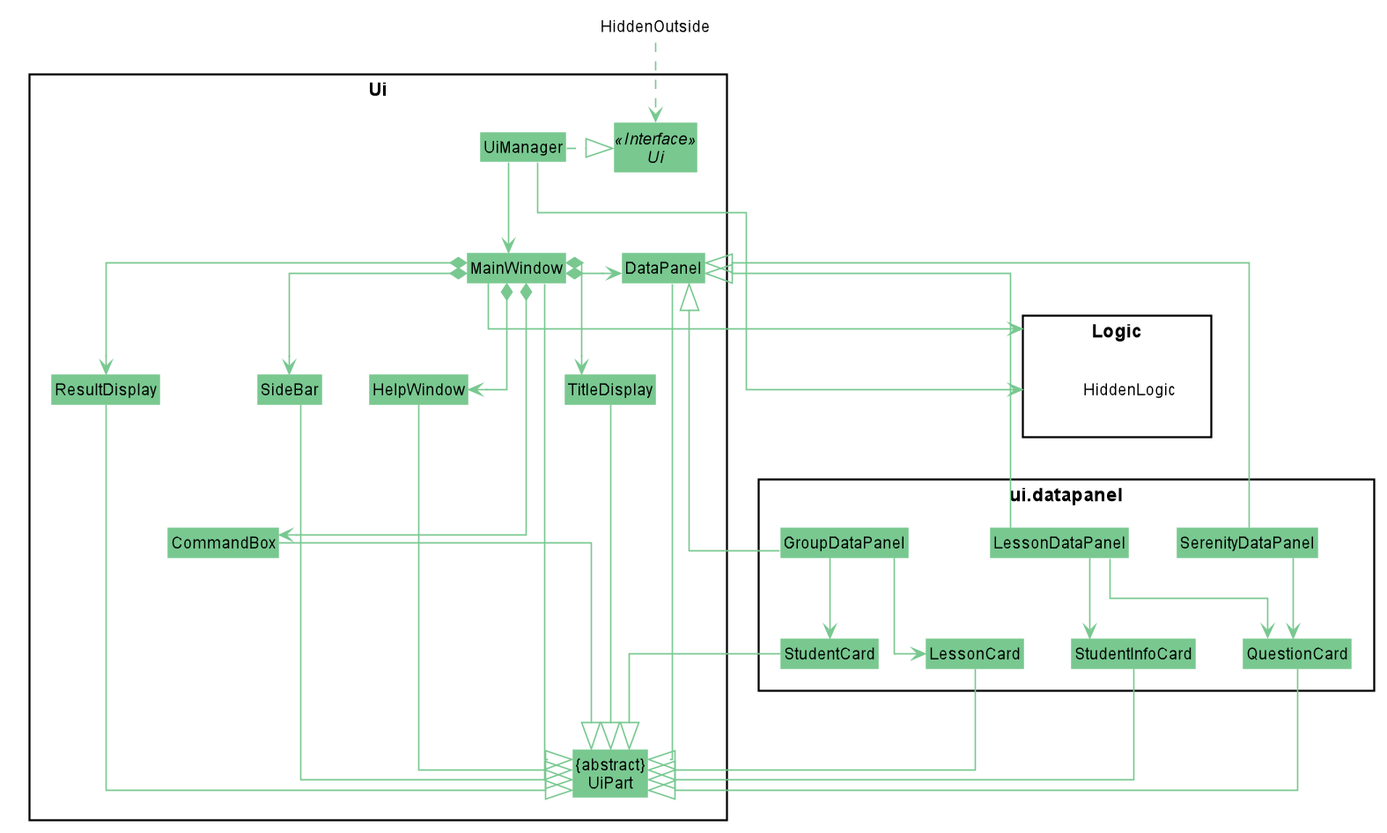
xinyee20/tp keeps this PlantUML diagram as docs/images/developerGuide/UiClassDiagram.png. Above is the earlier version.
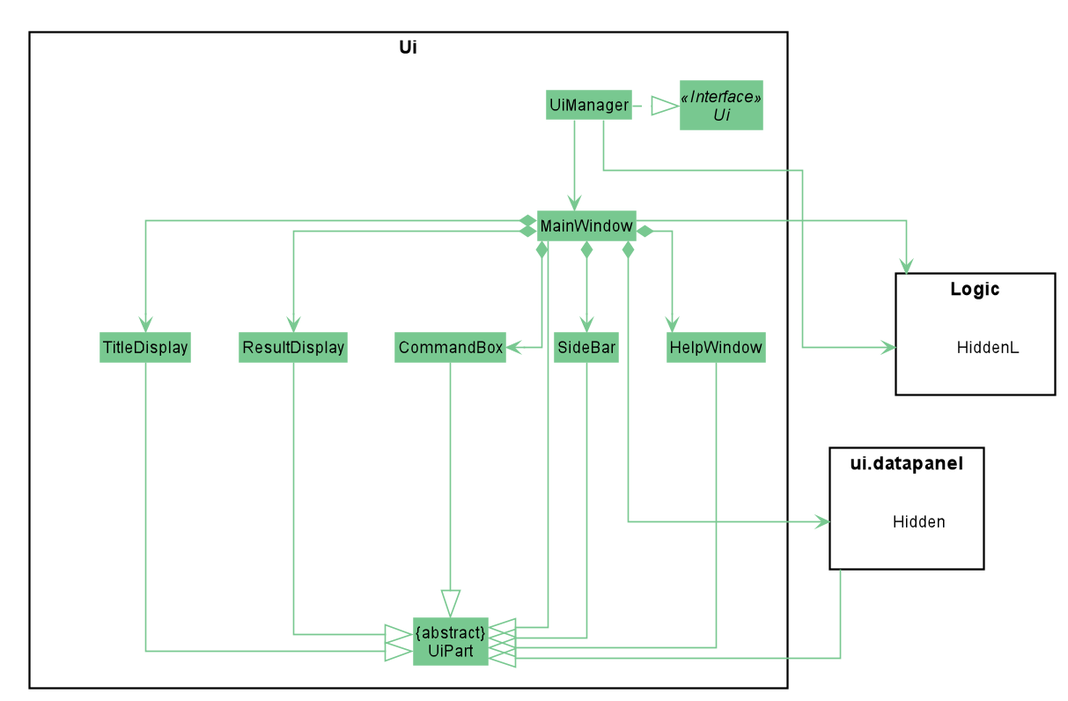
After the commit.

What changed in the source:
```diff
@@ -68,61 +68,35 @@
 Class CommandBox
 Class SideBar
 Class HelpWindow
-Class DataPanel
 }
 
 package ui.datapanel {
-Class SerenityDataPanel
-Class GroupDataPanel
-Class LessonDataPanel
-Class LessonCard
-Class StudentCard
-Class StudentInfoCard
-Class QuestionCard
+Class Hidden #whitei
 }
 
 package Logic {
-Class HiddenLogic #white
+Class HiddenL #white
 }
-
-Class HiddenOutside #FFFFFF
-HiddenOutside ..> Ui
 
 UiManager .right.|> Ui
 UiManager -down-> MainWindow
-MainWindow *-right-> DataPanel
+MainWindow *--> ui.datapanel
 MainWindow *-down-> TitleDisplay
 MainWindow *-down-> ResultDisplay
 MainWindow *-down-> CommandBox
 MainWindow *-down-> SideBar
 MainWindow *-down-> HelpWindow
 
-MainWindow --down--|> UiPart
-TitleDisplay --down--|> UiPart
-ResultDisplay --down--|> UiPart
+MainWindow --down-|> UiPart
+TitleDisplay --down-|> UiPart
+ResultDisplay --down-|> UiPart
 CommandBox --down-|> UiPart
-SideBar --down--|> UiPart
-HelpWindow --down--|> UiPart
-DataPanel --down--|> UiPart
+SideBar --down-|> UiPart
+HelpWindow --down-|> UiPart
 
-DataPanel <|-- SerenityDataPanel
-DataPanel <|-- GroupDataPanel
-DataPanel <|-- LessonDataPanel
+ui.datapanel --|> UiPart
 
-SerenityDataPanel -down-> QuestionCard
-GroupDataPanel -down-> LessonCard
-GroupDataPanel -down-> StudentCard
-LessonDataPanel -down-> StudentInfoCard
-LessonDataPanel -down-> QuestionCard
-
-StudentCard -down-|> UiPart
-LessonCard -down-|> UiPart
-StudentInfoCard -down-|> UiPart
-QuestionCard -down-|> UiPart
-
-HiddenLogic -down[hidden]-> SerenityDataPanel
-
-UiManager --> Logic
-MainWindow ---> Logic
+UiManager ---> Logic
+MainWindow -right--> Logic
 
 @enduml
```
